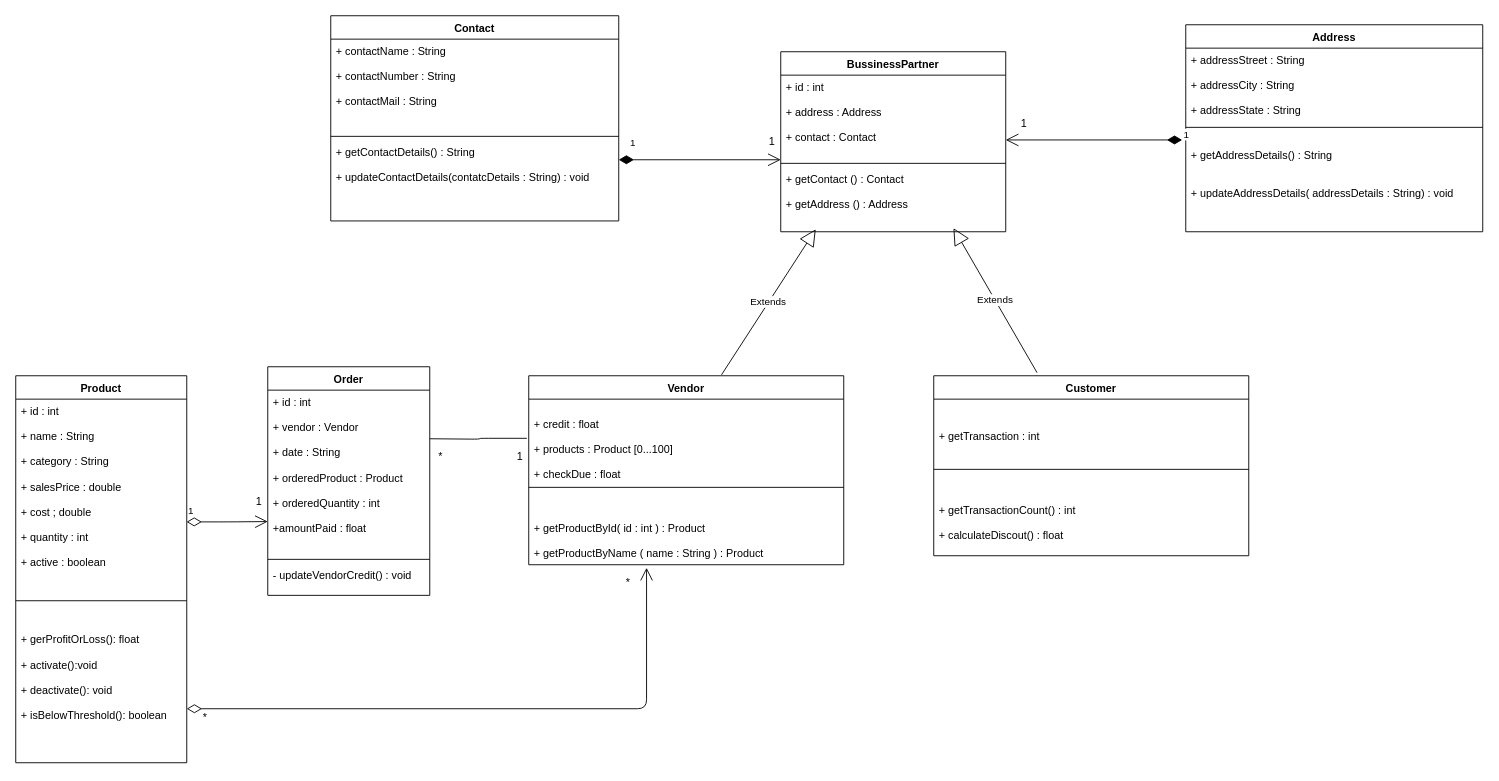
This is uml.drawio from Nithin-Madhu/Inventory_Management_System, a draw.io file, before an edit. Source tidied: cells renumbered, new cells numbered last; positions are measured from the earlier drawing's top-left corner, leaving out a move shared by most shapes. Both pictures are drawn from the tidied source at 90%, with x=0, y=0 at pixel (15, 15).
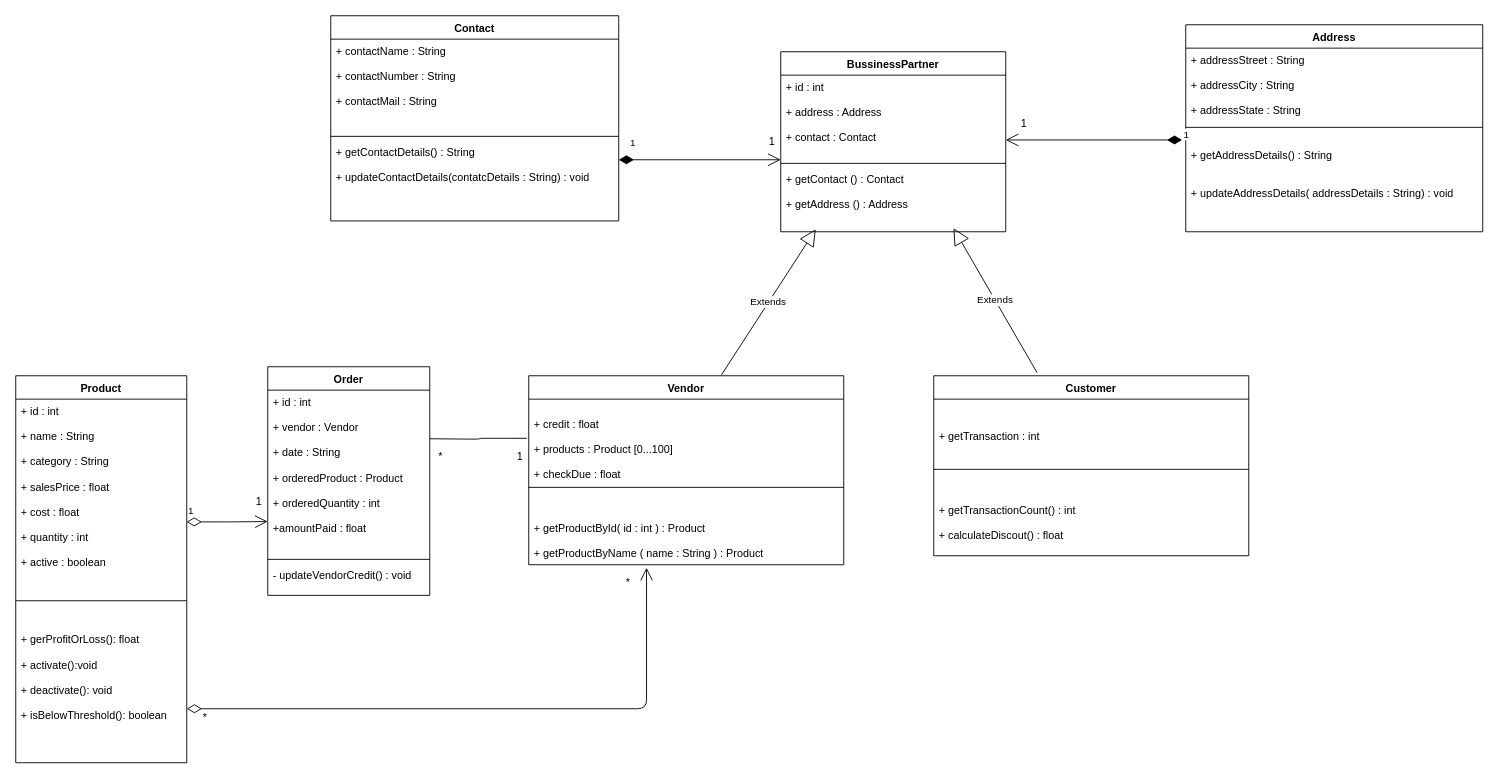
The same page after the edit.

Commit message (it also covers changes not shown here):
updated uml diagram and created entities and its objects

Unchanged cells that the change refers to:
```xml
<mxCell id="2" value="Product" style="swimlane;fontStyle=1;align=center;verticalAlign=top;horizontal=1;startSize=26;" parent="1" vertex="1">
  <mxGeometry y="400" width="190" height="430" as="geometry" />
</mxCell>
```

What changed in the source:
```diff
@@
-    <mxCell id="3" value="+ id : int&#10;&#10;+ name : String&#10;&#10;+ category : String&#10;&#10;+ salesPrice : double&#10;&#10;+ cost ; double&#10;&#10;+ quantity : int&#10;&#10;+ active : boolean&#10;&#10;&#10;&#10;&#10;" style="text;strokeColor=none;fillColor=none;align=left;verticalAlign=top;spacingLeft=4;spacingRight=4;overflow=hidden;points=[[0,0.5],[1,0.5]];portConstraint=eastwest;" parent="2" vertex="1">
+    <mxCell id="3" value="+ id : int&#10;&#10;+ name : String&#10;&#10;+ category : String&#10;&#10;+ salesPrice : float&#10;&#10;+ cost : float&#10;&#10;+ quantity : int&#10;&#10;+ active : boolean&#10;&#10;&#10;&#10;&#10;" style="text;strokeColor=none;fillColor=none;align=left;verticalAlign=top;spacingLeft=4;spacingRight=4;overflow=hidden;points=[[0,0.5],[1,0.5]];portConstraint=eastwest;" parent="2" vertex="1">
       <mxGeometry y="26" width="190" height="194" as="geometry" />
     </mxCell>
```
